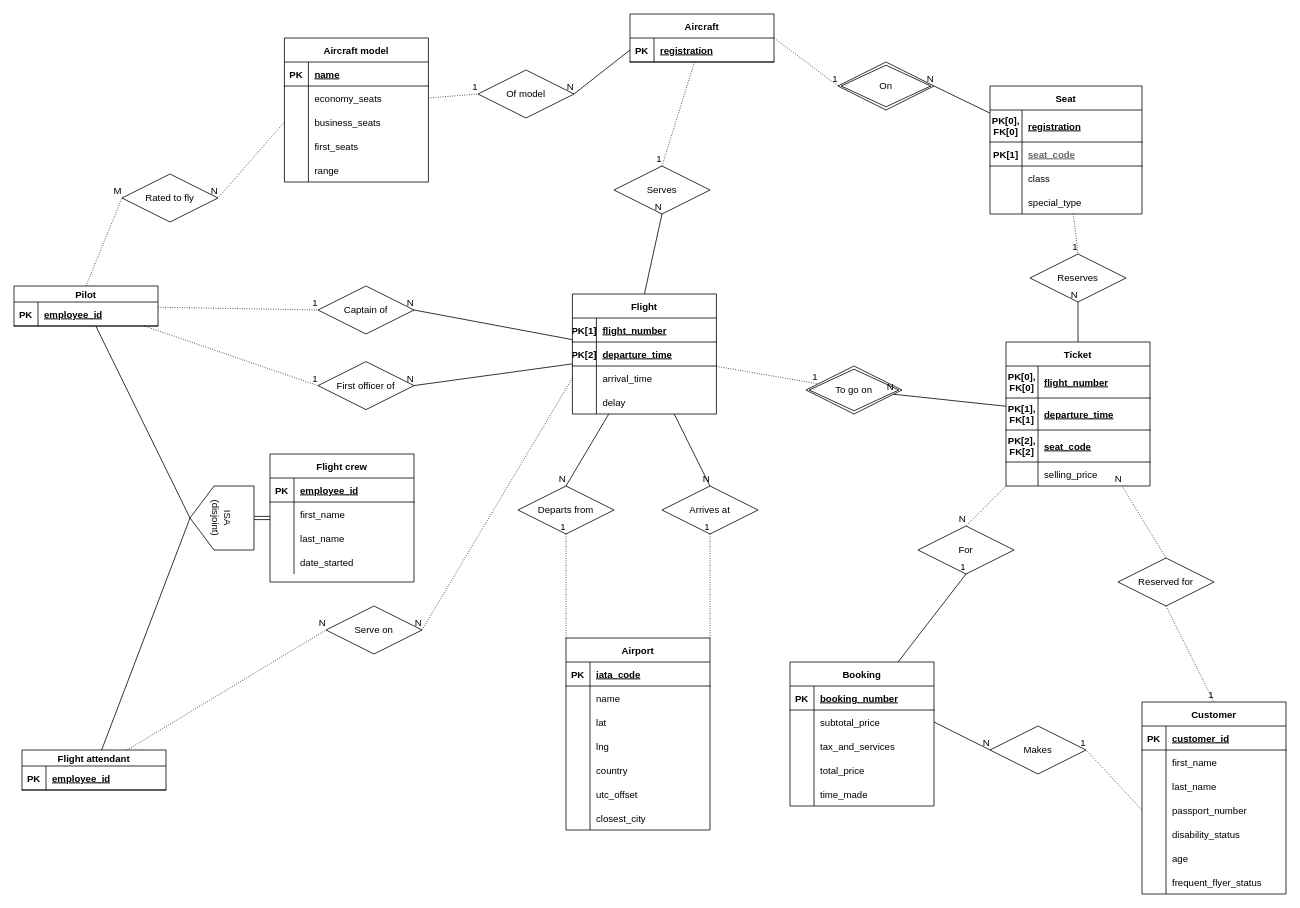
Above: Airline system ER diagram.drawio in lyulka/comp3278 (draw.io), before the change. Source tidied: cells renumbered, new cells numbered last; positions are measured from the earlier drawing's top-left corner, leaving out a move shared by most shapes. Both pictures are drawn from the tidied source at 80%, with x=0, y=0 at pixel (14, 14).
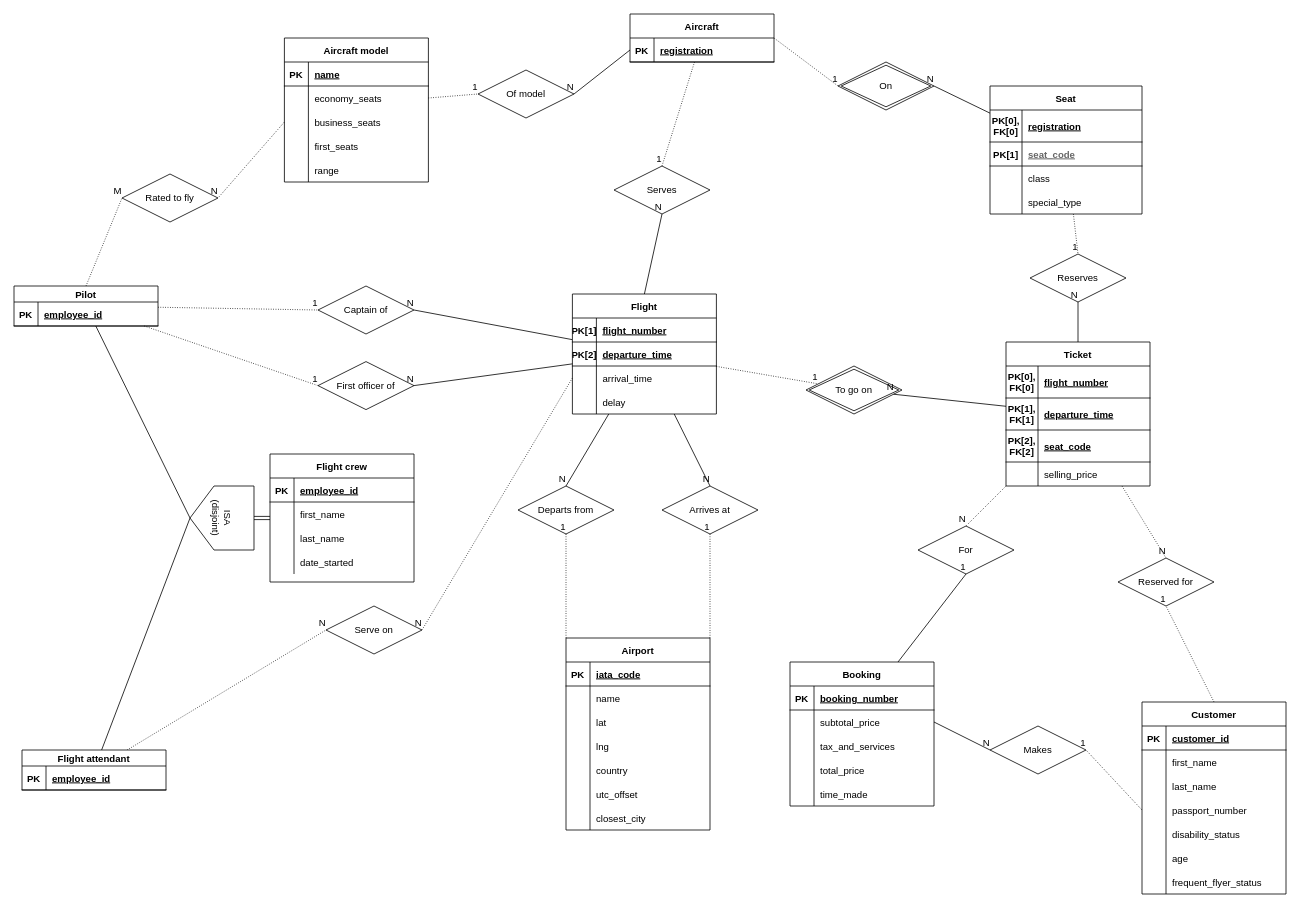
After the change.

Commit message:
Reserve connection label location in ticket-customer

Unchanged cells that the change refers to:
```xml
<mxCell id="51" value="Reserved for" style="shape=rhombus;perimeter=rhombusPerimeter;whiteSpace=wrap;html=1;align=center;" parent="1" vertex="1">
  <mxGeometry x="1380" y="680" width="120" height="60" as="geometry" />
</mxCell>
<mxCell id="108" value="Ticket" style="shape=table;startSize=30;childLayout=tableLayout;rowLines=0;fontStyle=1;align=center;" parent="1" vertex="1">
  <mxGeometry x="1240" y="410" width="180" height="180" as="geometry" />
</mxCell>
<mxCell id="121" value="Customer" style="shape=table;startSize=30;childLayout=tableLayout;rowLines=0;fontStyle=1;align=center;" parent="1" vertex="1">
  <mxGeometry x="1410" y="860" width="180" height="240" as="geometry" />
</mxCell>
```

The edit, as a diff of the source:
```diff
@@
-    <mxCell id="163" style="endArrow=none;html=1;rounded=0;dashed=1;dashPattern=1 2;exitX=0.5;exitY=1;exitDx=0;exitDy=0;entryX=0.5;entryY=0;entryDx=0;entryDy=0;" parent="1" edge="1" source="51" target="121">
+    <mxCell id="163" style="endArrow=none;html=1;rounded=0;dashed=1;dashPattern=1 2;exitX=0.5;exitY=0;exitDx=0;exitDy=0;entryX=0.5;entryY=1;entryDx=0;entryDy=0;" parent="1" edge="1" source="121" target="51">
       <mxGeometry relative="1" as="geometry" />
     </mxCell>
@@
-    <mxCell id="165" style="endArrow=none;html=1;rounded=0;dashed=1;dashPattern=1 2;exitX=0.5;exitY=0;exitDx=0;exitDy=0;" parent="1" edge="1" source="51" target="108">
+    <mxCell id="165" style="endArrow=none;html=1;rounded=0;dashed=1;dashPattern=1 2;entryX=0.5;entryY=0;entryDx=0;entryDy=0;" parent="1" edge="1" source="108" target="51">
       <mxGeometry relative="1" as="geometry" />
     </mxCell>
```
